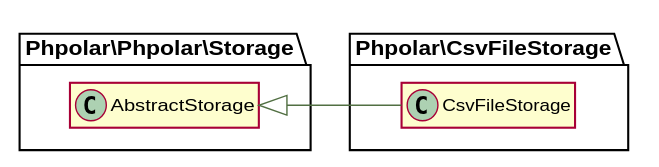
The PlantUML diagram docs/graphs/classes.svg in phpolar/csv-file-storage, before a commit.
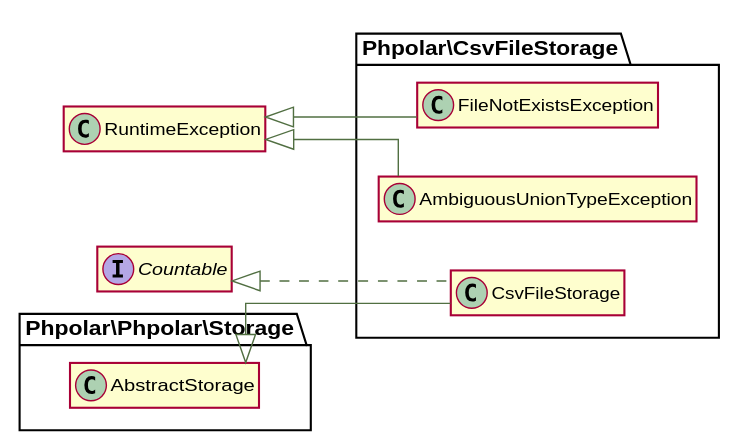
Above is the later version.

What changed in the source:
```diff
@@ -13,7 +13,13 @@
 set namespaceSeparator \\
 
 
-class \\Phpolar\\CsvFileStorage\\CsvFileStorage extends \\Phpolar\\Phpolar\\Storage\\AbstractStorage {
+class \\Phpolar\\CsvFileStorage\\AmbiguousUnionTypeException extends \\RuntimeException {
+}
+
+class \\Phpolar\\CsvFileStorage\\CsvFileStorage extends \\Phpolar\\Phpolar\\Storage\\AbstractStorage implements \\Countable {
+}
+
+class \\Phpolar\\CsvFileStorage\\FileNotExistsException extends \\RuntimeException {
 }
 
 @enduml
```
